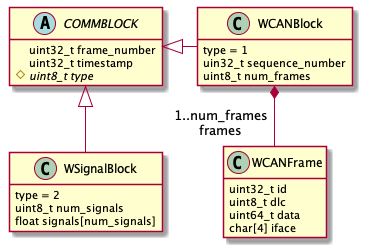
Above: Doc/Paper/out/images/data_structures/data_structures.png in SystemsCyber/Software-Defined-Truck (PlantUML), before the change.
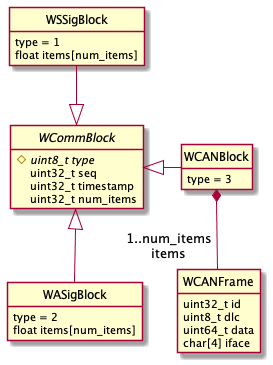
After the change.

What changed in the source:
```diff
@@ -1,31 +1,39 @@
 @startuml
  hide methods
+ hide circle
 
-     abstract class COMMBLOCK{
-         uint32_t frame_number
-         uint32_t timestamp
-         {abstract} #uint8_t type
+
+
+
+
+     abstract class WCommBlock{
+        {abstract} #uint8_t type
+        uint32_t seq
+        uint32_t timestamp
+        uint32_t num_items
      }
 
-     class WSignalBlock{
-         type = 2
-         uint8_t num_signals
-         float signals[num_signals]
-     }
-     COMMBLOCK <|-d- WSignalBlock
+    class WSSigBlock{
+        type = 1
+        float items[num_items]
+    }
 
-     class WCANFrame{
-         uint32_t id
-         uint8_t dlc
-         uint64_t data
-         char[4] iface
-     }
-     class WCANBlock{
-         type = 1
-         uin32_t sequence_number
-         uint8_t num_frames
-     }
+    class WASigBlock{
+        type = 2
+        float items[num_items]
+    }
 
-     COMMBLOCK <|-r- WCANBlock
-     WCANBlock *-d-"1..num_frames\nframes"WCANFrame
+    class WCANBlock{
+        type = 3
+    }
+    WCANBlock *-d-"1..num_items\nitems"WCANFrame
+    class WCANFrame{
+        uint32_t id
+        uint8_t dlc
+        uint64_t data
+        char[4] iface
+    }
+    WCommBlock <|-u- WSSigBlock
+    WCommBlock <|-d- WASigBlock
+    WCommBlock <|- WCANBlock
 @enduml
```
